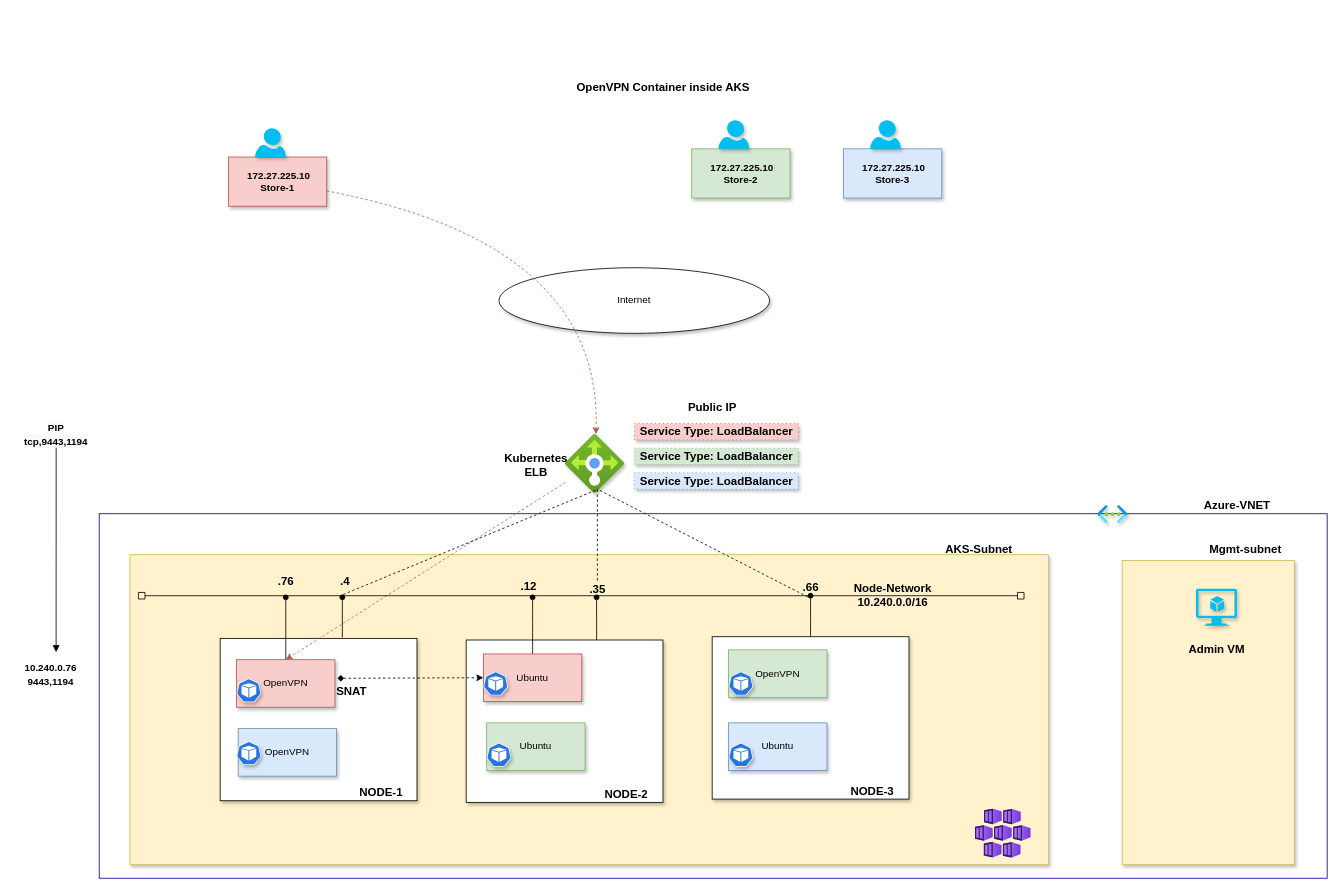
This is page "AKS" (2 of 2) of architecture-diagram/openvpn-architecture.drawio from nehalineogi/openvpn-aks, a draw.io file, before an edit. Source tidied: cells renumbered, new cells numbered last; positions are measured from the earlier drawing's top-left corner, leaving out a move shared by most shapes. Both pictures are drawn from the tidied source at 82%, with x=0, y=0 at pixel (16, 79).
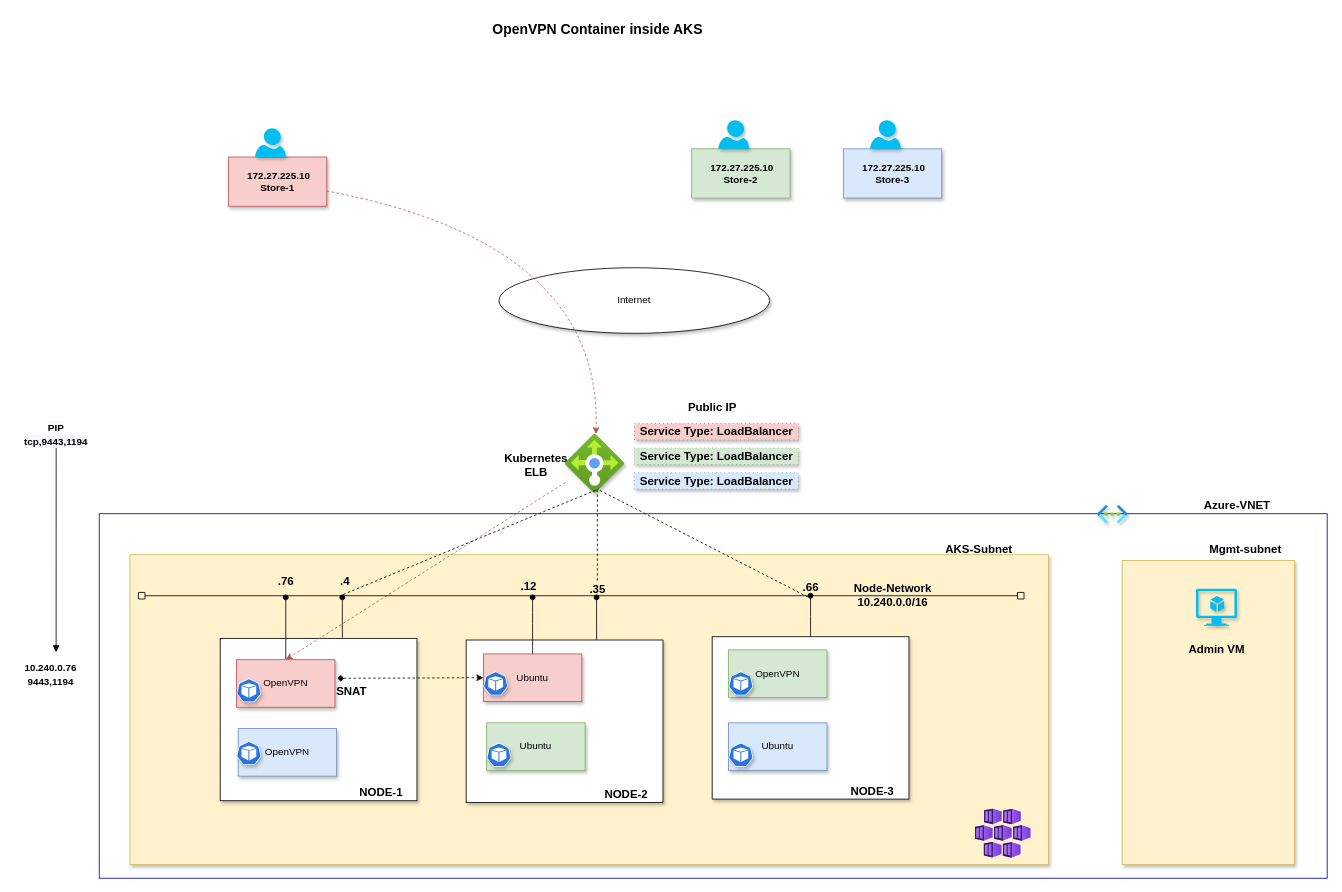
Above is the later version.

Change to the diagram source:
```diff
@@
-    <mxCell id="68" value="&lt;b&gt;OpenVPN Container inside AKS&lt;/b&gt;" style="text;html=1;align=center;verticalAlign=middle;fillColor=none;strokeColor=none;rounded=0;shadow=1;dashed=1;dashPattern=1 4;fontSize=14;" parent="1" vertex="1">
-      <mxGeometry x="673" width="230" height="20" as="geometry" />
+    <mxCell id="68" value="&lt;b style=&quot;font-size: 17px;&quot;&gt;OpenVPN Container inside AKS&lt;/b&gt;" style="text;html=1;align=center;verticalAlign=middle;fillColor=none;strokeColor=none;rounded=0;shadow=1;dashed=1;dashPattern=1 4;fontSize=17;" parent="1" vertex="1">
+      <mxGeometry x="573" y="-75" width="270" height="30" as="geometry" />
     </mxCell>
```
